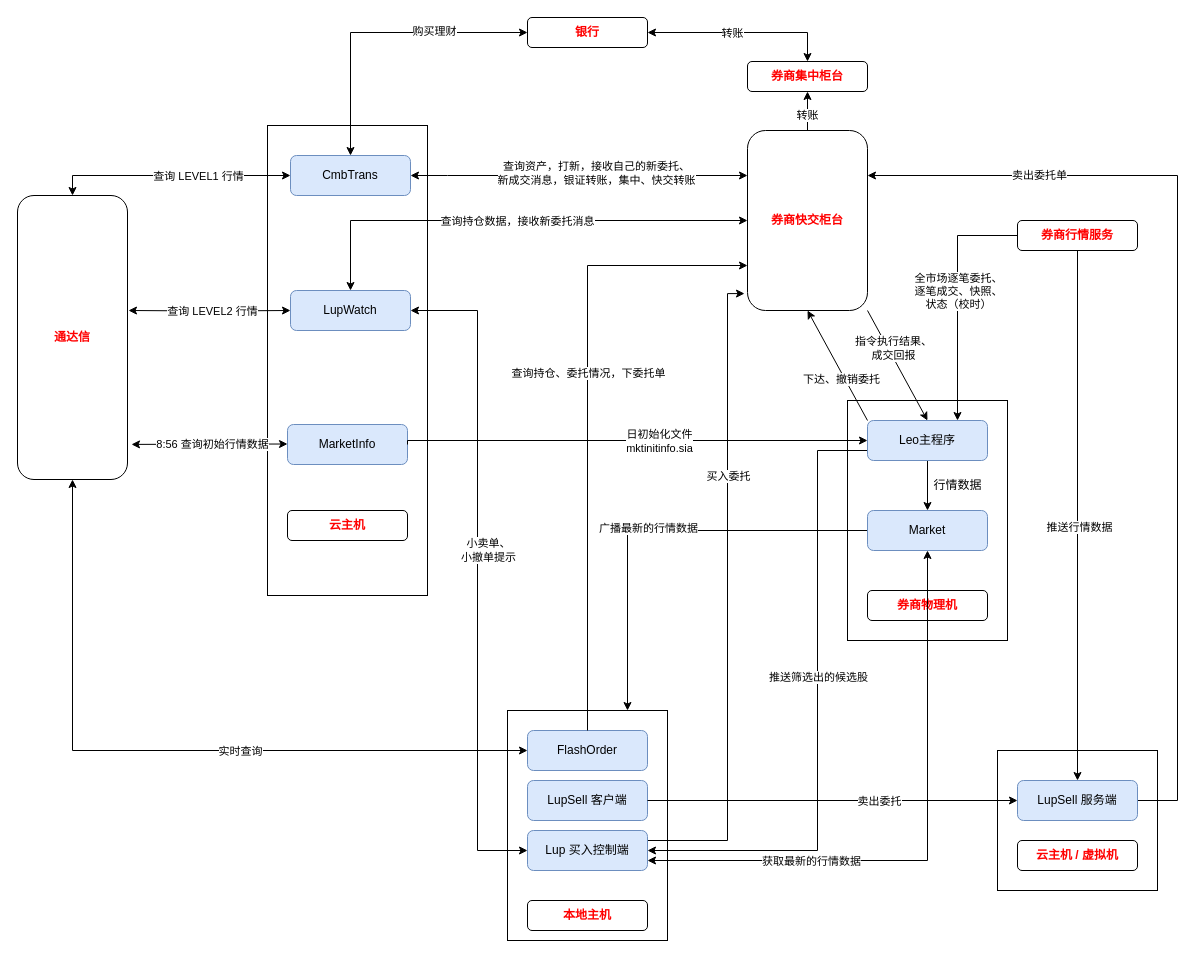
Earlier version of the draw.io diagram structure.drawio (haycheng/draw.io). Source tidied: cells renumbered, new cells numbered last; positions are measured from the earlier drawing's top-left corner, leaving out a move shared by most shapes. Both pictures are drawn from the tidied source at 100%, with x=0, y=0 at pixel (17, 17).
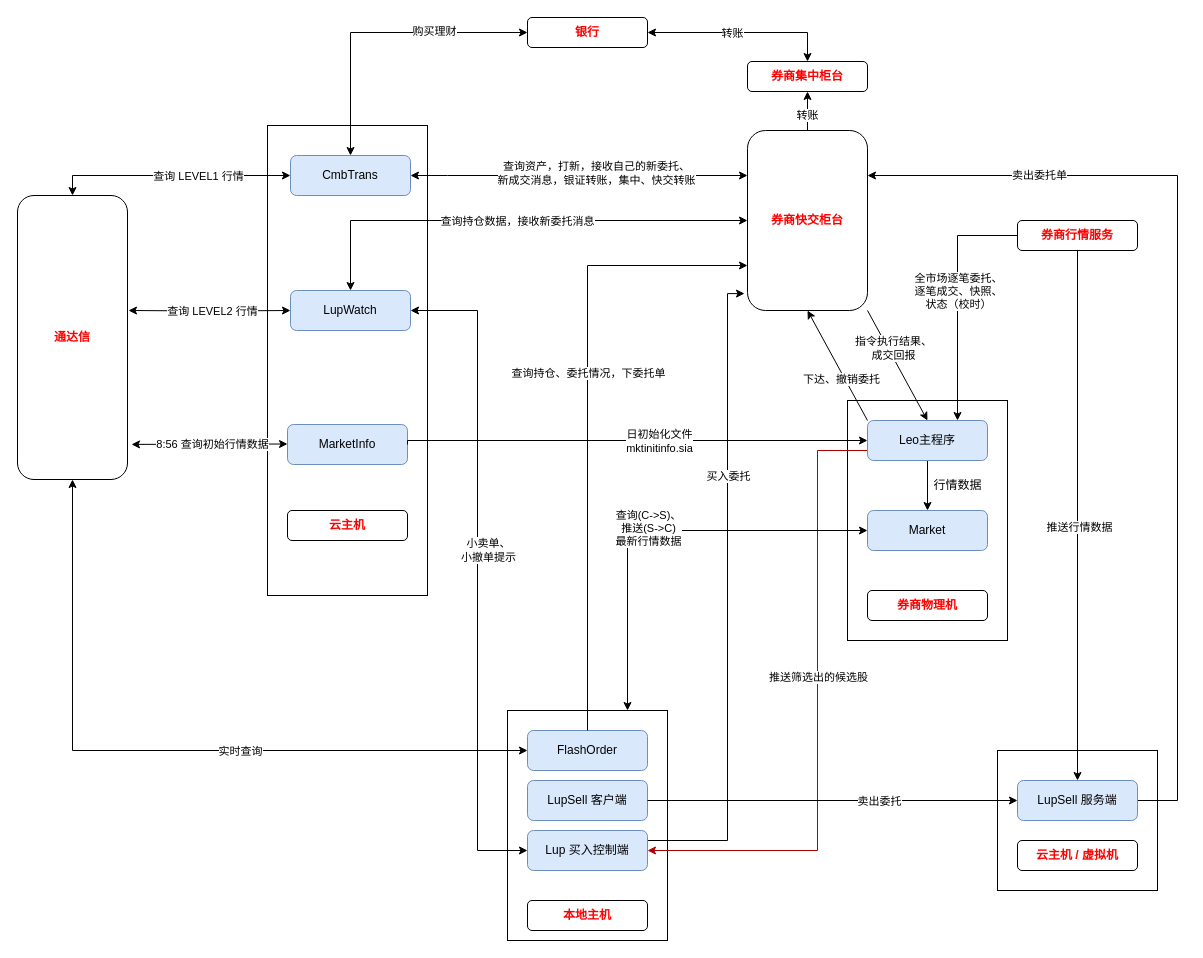
Above is the later version.

Unchanged cells that the change refers to:
```xml
<mxCell id="3" style="rounded=0;whiteSpace=wrap;html=1;" parent="1" vertex="1">
  <mxGeometry x="490" y="693" width="160" height="230" as="geometry" />
</mxCell>
<mxCell id="10" value="Lup 买入控制端" style="rounded=1;whiteSpace=wrap;html=1;fillColor=#dae8fc;strokeColor=#6c8ebf;" parent="1" vertex="1">
  <mxGeometry x="510" y="813" width="120" height="40" as="geometry" />
</mxCell>
<mxCell id="30" value="Leo主程序" style="rounded=1;whiteSpace=wrap;html=1;fillColor=#dae8fc;strokeColor=#6c8ebf;" parent="1" vertex="1">
  <mxGeometry x="850" y="403" width="120" height="40" as="geometry" />
</mxCell>
<mxCell id="33" value="Market" style="rounded=1;whiteSpace=wrap;html=1;fillColor=#dae8fc;strokeColor=#6c8ebf;" parent="1" vertex="1">
  <mxGeometry x="850" y="493" width="120" height="40" as="geometry" />
</mxCell>
```

What changed in the source:
```diff
@@
-    <mxCell id="28" style="edgeStyle=orthogonalEdgeStyle;rounded=0;jettySize=auto;html=1;exitX=0;exitY=0.75;exitDx=0;exitDy=0;entryX=1;entryY=0.5;entryDx=0;entryDy=0;startArrow=none;startFill=0;" parent="1" edge="1" source="30" target="10">
+    <mxCell id="28" style="edgeStyle=orthogonalEdgeStyle;rounded=0;jettySize=auto;html=1;exitX=0;exitY=0.75;exitDx=0;exitDy=0;entryX=1;entryY=0.5;entryDx=0;entryDy=0;startArrow=none;startFill=0;fillColor=#e51400;strokeColor=#B20000;" parent="1" edge="1" source="30" target="10">
       <mxGeometry relative="1" as="geometry">
         <Array as="points">
           <mxPoint x="800" y="433" />
           <mxPoint x="800" y="833" />
         </Array>
       </mxGeometry>
     </mxCell>
@@
-    <mxCell id="31" style="edgeStyle=orthogonalEdgeStyle;rounded=0;jettySize=auto;html=1;exitX=0;exitY=0.5;exitDx=0;exitDy=0;entryX=0.75;entryY=0;entryDx=0;entryDy=0;startArrow=none;startFill=0;" parent="1" edge="1" source="33" target="3">
+    <mxCell id="31" style="edgeStyle=orthogonalEdgeStyle;rounded=0;jettySize=auto;html=1;exitX=0;exitY=0.5;exitDx=0;exitDy=0;entryX=0.75;entryY=0;entryDx=0;entryDy=0;startArrow=classic;startFill=1;" parent="1" edge="1" source="33" target="3">
       <mxGeometry relative="1" as="geometry" />
     </mxCell>
-    <mxCell id="32" value="广播最新的行情数据" style="edgeLabel;html=1;align=center;verticalAlign=middle;" parent="31" vertex="1">
+    <mxCell id="32" value="查询(C-&amp;gt;S)、&lt;br&gt;推送(S-&amp;gt;C)&lt;br&gt;最新行情数据" style="edgeLabel;html=1;align=center;verticalAlign=middle;" parent="31" vertex="1">
       <mxGeometry x="0.5" y="3" relative="1" as="geometry">
         <mxPoint x="17" y="-78" as="offset" />
       </mxGeometry>
     </mxCell>
@@
-    <mxCell id="60" style="edgeStyle=orthogonalEdgeStyle;rounded=0;jettySize=auto;html=1;exitX=1;exitY=0.75;exitDx=0;exitDy=0;entryX=0.5;entryY=1;entryDx=0;entryDy=0;fontColor=#FF0000;startArrow=classic;startFill=1;" parent="1" edge="1" source="10" target="33">
-      <mxGeometry relative="1" as="geometry" />
-    </mxCell>
-    <mxCell id="61" value="获取最新的行情数据" style="edgeLabel;html=1;align=center;verticalAlign=middle;fontColor=#000000;" parent="60" vertex="1">
-      <mxGeometry x="-0.59" y="1" relative="1" as="geometry">
-        <mxPoint x="42" y="1" as="offset" />
-      </mxGeometry>
-    </mxCell>
```
